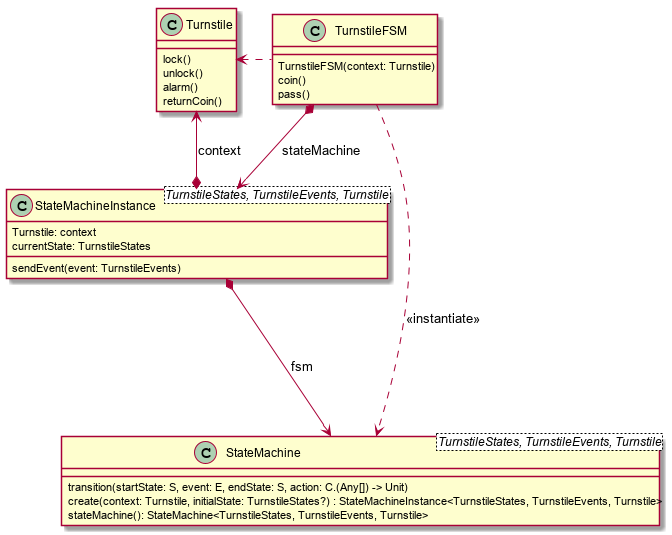
Above: projects/kfsm/statemachine_packaged.png in open-jumpco/open-jumpco.github.io (PlantUML), before the change. Source of this version:
```plantuml
@startuml

class Turnstile {
    lock()
    unlock()
    alarm()
    returnCoin()
}

class TurnstileFSM {
    TurnstileFSM(context: Turnstile)
    coin()
    pass()
}

class StateMachineInstance<TurnstileStates, TurnstileEvents, Turnstile> {
    Turnstile: context
    currentState: TurnstileStates
    sendEvent(event: TurnstileEvents)
}

class StateMachine<TurnstileStates, TurnstileEvents, Turnstile> {
    transition(startState: S, event: E, endState: S, action: C.(Any[]) -> Unit)
    create(context: Turnstile, initialState: TurnstileStates?) : StateMachineInstance<TurnstileStates, TurnstileEvents, Turnstile>
    stateMachine(): StateMachine<TurnstileStates, TurnstileEvents, Turnstile>
}


TurnstileFSM *--> StateMachineInstance: stateMachine
StateMachineInstance *--> StateMachine : fsm
StateMachineInstance *-up-> Turnstile : context
TurnstileFSM ...left...> Turnstile
TurnstileFSM ....> StateMachine : <<instantiate>>

@enduml
```
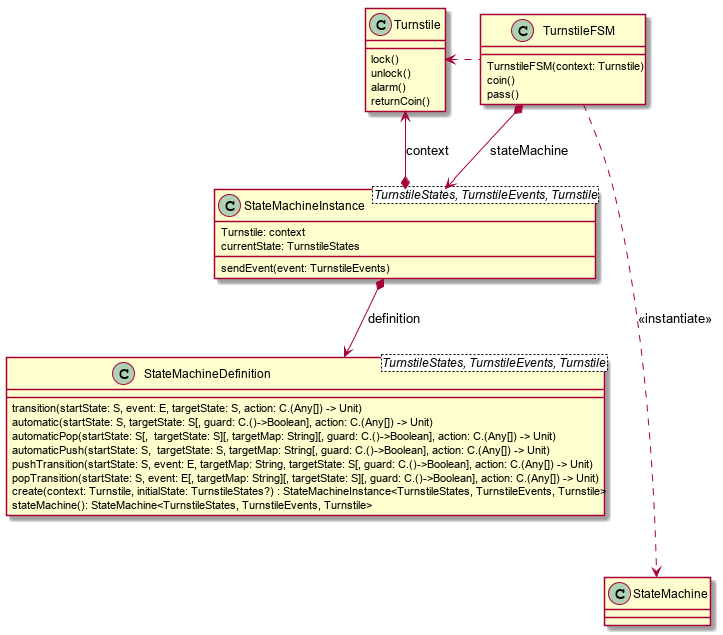
Later version of the same file.

Diff of the diagram source:
```diff
@@ -19,15 +19,20 @@
     sendEvent(event: TurnstileEvents)
 }
 
-class StateMachine<TurnstileStates, TurnstileEvents, Turnstile> {
-    transition(startState: S, event: E, endState: S, action: C.(Any[]) -> Unit)
+class StateMachineDefinition<TurnstileStates, TurnstileEvents, Turnstile> {
+    transition(startState: S, event: E, targetState: S, action: C.(Any[]) -> Unit)
+    automatic(startState: S, targetState: S[, guard: C.()->Boolean], action: C.(Any[]) -> Unit)
+    automaticPop(startState: S[,  targetState: S][, targetMap: String][, guard: C.()->Boolean], action: C.(Any[]) -> Unit)
+    automaticPush(startState: S,  targetState: S, targetMap: String[, guard: C.()->Boolean], action: C.(Any[]) -> Unit)
+    pushTransition(startState: S, event: E, targetMap: String, targetState: S[, guard: C.()->Boolean], action: C.(Any[]) -> Unit)
+    popTransition(startState: S, event: E[, targetMap: String][, targetState: S][, guard: C.()->Boolean], action: C.(Any[]) -> Unit)
     create(context: Turnstile, initialState: TurnstileStates?) : StateMachineInstance<TurnstileStates, TurnstileEvents, Turnstile>
     stateMachine(): StateMachine<TurnstileStates, TurnstileEvents, Turnstile>
 }
 
 
 TurnstileFSM *--> StateMachineInstance: stateMachine
-StateMachineInstance *--> StateMachine : fsm
+StateMachineInstance *--> StateMachineDefinition : definition
 StateMachineInstance *-up-> Turnstile : context
 TurnstileFSM ...left...> Turnstile
 TurnstileFSM ....> StateMachine : <<instantiate>>
```
